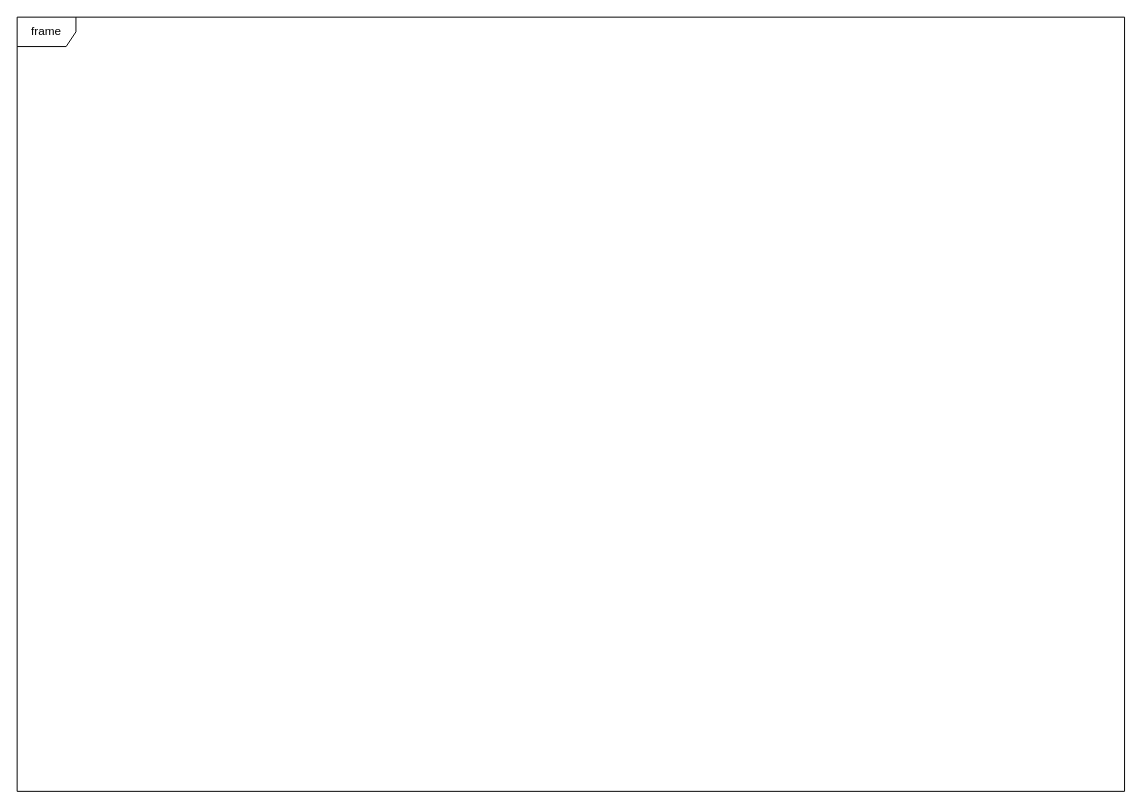
Dangeroo/BlazorFileReader keeps this draw.io diagram as Untitled Diagram.drawio. Above is the earlier version. Source tidied: cells renumbered, new cells numbered last; positions are measured from the earlier drawing's top-left corner, leaving out a move shared by most shapes. Both pictures are drawn from the tidied source at 98%, with x=0, y=0 at pixel (17, 17).
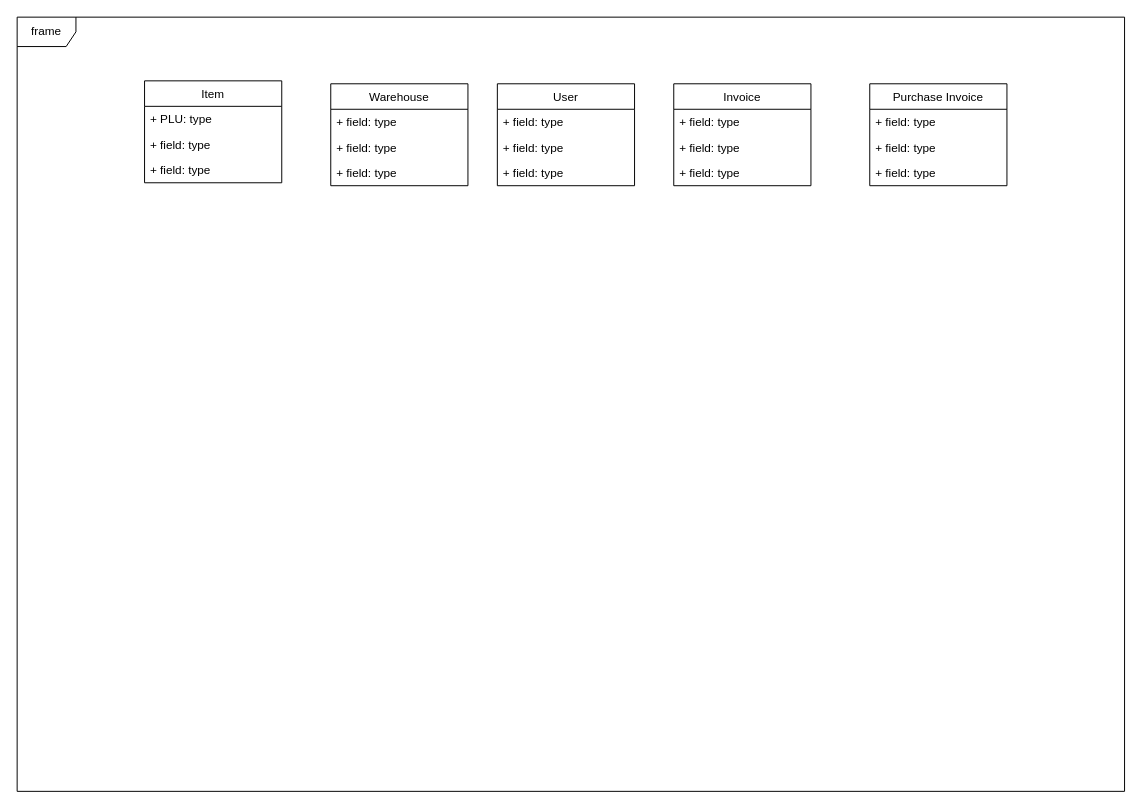
Above is the later version.

What changed in the source:
```diff
@@
     <mxCell id="2" style="edgeStyle=orthogonalEdgeStyle;rounded=0;html=1;labelBackgroundColor=none;startFill=0;endArrow=open;endFill=0;endSize=10;fontFamily=Verdana;fontSize=10;dashed=1;" parent="1" edge="1">
       <mxGeometry relative="1" as="geometry">
-        <mxPoint x="230" y="137" as="sourcePoint" />
+        <mxPoint x="240" y="138" as="sourcePoint" />
       </mxGeometry>
     </mxCell>
     <mxCell id="3" style="edgeStyle=orthogonalEdgeStyle;rounded=0;html=1;exitX=1;exitY=0.75;dashed=1;labelBackgroundColor=none;startFill=0;endArrow=open;endFill=0;endSize=10;fontFamily=Verdana;fontSize=10;" parent="1" edge="1">
       <mxGeometry relative="1" as="geometry">
-        <mxPoint x="230" y="172" as="sourcePoint" />
+        <mxPoint x="240" y="173" as="sourcePoint" />
         <Array as="points">
-          <mxPoint x="510" y="172" />
-          <mxPoint x="510" y="122" />
+          <mxPoint x="520" y="173" />
+          <mxPoint x="520" y="123" />
         </Array>
       </mxGeometry>
     </mxCell>
     <mxCell id="4" style="edgeStyle=orthogonalEdgeStyle;rounded=0;html=1;dashed=1;labelBackgroundColor=none;startFill=0;endArrow=open;endFill=0;endSize=10;fontFamily=Verdana;fontSize=10;" parent="1" edge="1">
       <mxGeometry relative="1" as="geometry">
-        <mxPoint x="330" y="100" as="targetPoint" />
+        <mxPoint x="340" y="101" as="targetPoint" />
         <Array as="points">
-          <mxPoint x="300" y="270" />
-          <mxPoint x="300" y="100" />
+          <mxPoint x="310" y="271" />
+          <mxPoint x="310" y="101" />
         </Array>
       </mxGeometry>
     </mxCell>
     <mxCell id="5" style="edgeStyle=orthogonalEdgeStyle;rounded=0;html=1;dashed=1;labelBackgroundColor=none;startFill=0;endArrow=open;endFill=0;endSize=10;fontFamily=Verdana;fontSize=10;" parent="1" edge="1">
       <mxGeometry relative="1" as="geometry">
-        <mxPoint x="560" y="140" as="targetPoint" />
+        <mxPoint x="570" y="141" as="targetPoint" />
         <Array as="points">
-          <mxPoint x="330" y="290" />
-          <mxPoint x="330" y="190" />
-          <mxPoint x="530" y="190" />
-          <mxPoint x="530" y="140" />
+          <mxPoint x="340" y="291" />
+          <mxPoint x="340" y="191" />
+          <mxPoint x="540" y="191" />
+          <mxPoint x="540" y="141" />
         </Array>
       </mxGeometry>
     </mxCell>
     <mxCell id="6" style="edgeStyle=orthogonalEdgeStyle;rounded=0;html=1;dashed=1;labelBackgroundColor=none;startFill=0;endArrow=open;endFill=0;endSize=10;fontFamily=Verdana;fontSize=10;" parent="1" edge="1">
       <mxGeometry relative="1" as="geometry">
-        <mxPoint x="430" y="280" as="targetPoint" />
+        <mxPoint x="440" y="281" as="targetPoint" />
         <Array as="points">
-          <mxPoint x="350" y="320" />
-          <mxPoint x="350" y="280" />
+          <mxPoint x="360" y="321" />
+          <mxPoint x="360" y="281" />
         </Array>
       </mxGeometry>
     </mxCell>
@@
+    <mxCell id="8" value="Purchase Invoice" style="swimlane;fontStyle=0;horizontal=1;startSize=26;fillColor=none;" parent="1" vertex="1">
+      <mxGeometry x="870" y="68" width="140" height="104" as="geometry" />
+    </mxCell>
+    <mxCell id="9" value="+ field: type" style="text;strokeColor=none;fillColor=none;align=left;verticalAlign=top;spacingLeft=4;spacingRight=4;overflow=hidden;" parent="8" vertex="1">
+      <mxGeometry y="26" width="140" height="26" as="geometry" />
+    </mxCell>
+    <mxCell id="10" value="+ field: type" style="text;strokeColor=none;fillColor=none;align=left;verticalAlign=top;spacingLeft=4;spacingRight=4;overflow=hidden;" parent="8" vertex="1">
+      <mxGeometry y="52" width="140" height="26" as="geometry" />
+    </mxCell>
+    <mxCell id="11" value="+ field: type" style="text;strokeColor=none;fillColor=none;align=left;verticalAlign=top;spacingLeft=4;spacingRight=4;overflow=hidden;" parent="8" vertex="1">
+      <mxGeometry y="78" width="140" height="26" as="geometry" />
+    </mxCell>
+    <mxCell id="12" value="Invoice" style="swimlane;fontStyle=0;horizontal=1;startSize=26;fillColor=none;" parent="1" vertex="1">
+      <mxGeometry x="670" y="68" width="140" height="104" as="geometry" />
+    </mxCell>
+    <mxCell id="13" value="+ field: type" style="text;strokeColor=none;fillColor=none;align=left;verticalAlign=top;spacingLeft=4;spacingRight=4;overflow=hidden;" parent="12" vertex="1">
+      <mxGeometry y="26" width="140" height="26" as="geometry" />
+    </mxCell>
+    <mxCell id="14" value="+ field: type" style="text;strokeColor=none;fillColor=none;align=left;verticalAlign=top;spacingLeft=4;spacingRight=4;overflow=hidden;" parent="12" vertex="1">
+      <mxGeometry y="52" width="140" height="26" as="geometry" />
+    </mxCell>
+    <mxCell id="15" value="+ field: type" style="text;strokeColor=none;fillColor=none;align=left;verticalAlign=top;spacingLeft=4;spacingRight=4;overflow=hidden;" parent="12" vertex="1">
+      <mxGeometry y="78" width="140" height="26" as="geometry" />
+    </mxCell>
+    <mxCell id="16" value="User" style="swimlane;fontStyle=0;horizontal=1;startSize=26;fillColor=none;" parent="1" vertex="1">
+      <mxGeometry x="490" y="68" width="140" height="104" as="geometry" />
+    </mxCell>
+    <mxCell id="17" value="+ field: type" style="text;strokeColor=none;fillColor=none;align=left;verticalAlign=top;spacingLeft=4;spacingRight=4;overflow=hidden;" parent="16" vertex="1">
+      <mxGeometry y="26" width="140" height="26" as="geometry" />
+    </mxCell>
+    <mxCell id="18" value="+ field: type" style="text;strokeColor=none;fillColor=none;align=left;verticalAlign=top;spacingLeft=4;spacingRight=4;overflow=hidden;" parent="16" vertex="1">
+      <mxGeometry y="52" width="140" height="26" as="geometry" />
+    </mxCell>
+    <mxCell id="19" value="+ field: type" style="text;strokeColor=none;fillColor=none;align=left;verticalAlign=top;spacingLeft=4;spacingRight=4;overflow=hidden;" parent="16" vertex="1">
+      <mxGeometry y="78" width="140" height="26" as="geometry" />
+    </mxCell>
+    <mxCell id="20" value="Warehouse" style="swimlane;fontStyle=0;horizontal=1;startSize=26;fillColor=none;" parent="1" vertex="1">
+      <mxGeometry x="320" y="68" width="140" height="104" as="geometry" />
+    </mxCell>
+    <mxCell id="21" value="+ field: type" style="text;strokeColor=none;fillColor=none;align=left;verticalAlign=top;spacingLeft=4;spacingRight=4;overflow=hidden;" parent="20" vertex="1">
+      <mxGeometry y="26" width="140" height="26" as="geometry" />
+    </mxCell>
+    <mxCell id="22" value="+ field: type" style="text;strokeColor=none;fillColor=none;align=left;verticalAlign=top;spacingLeft=4;spacingRight=4;overflow=hidden;" parent="20" vertex="1">
+      <mxGeometry y="52" width="140" height="26" as="geometry" />
+    </mxCell>
+    <mxCell id="23" value="+ field: type" style="text;strokeColor=none;fillColor=none;align=left;verticalAlign=top;spacingLeft=4;spacingRight=4;overflow=hidden;" parent="20" vertex="1">
+      <mxGeometry y="78" width="140" height="26" as="geometry" />
+    </mxCell>
+    <mxCell id="24" value="Item" style="swimlane;fontStyle=0;horizontal=1;startSize=26;fillColor=none;" parent="1" vertex="1">
+      <mxGeometry x="130" y="65" width="140" height="104" as="geometry" />
+    </mxCell>
+    <mxCell id="25" value="+ PLU: type" style="text;strokeColor=none;fillColor=none;align=left;verticalAlign=top;spacingLeft=4;spacingRight=4;overflow=hidden;" parent="24" vertex="1">
+      <mxGeometry y="26" width="140" height="26" as="geometry" />
+    </mxCell>
+    <mxCell id="26" value="+ field: type" style="text;strokeColor=none;fillColor=none;align=left;verticalAlign=top;spacingLeft=4;spacingRight=4;overflow=hidden;" parent="24" vertex="1">
+      <mxGeometry y="52" width="140" height="26" as="geometry" />
+    </mxCell>
+    <mxCell id="27" value="+ field: type" style="text;strokeColor=none;fillColor=none;align=left;verticalAlign=top;spacingLeft=4;spacingRight=4;overflow=hidden;" parent="24" vertex="1">
+      <mxGeometry y="78" width="140" height="26" as="geometry" />
+    </mxCell>
```
